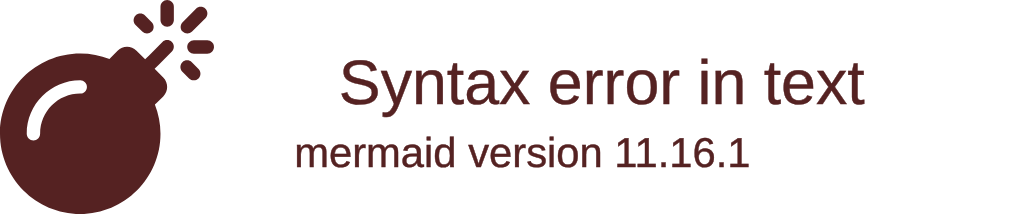
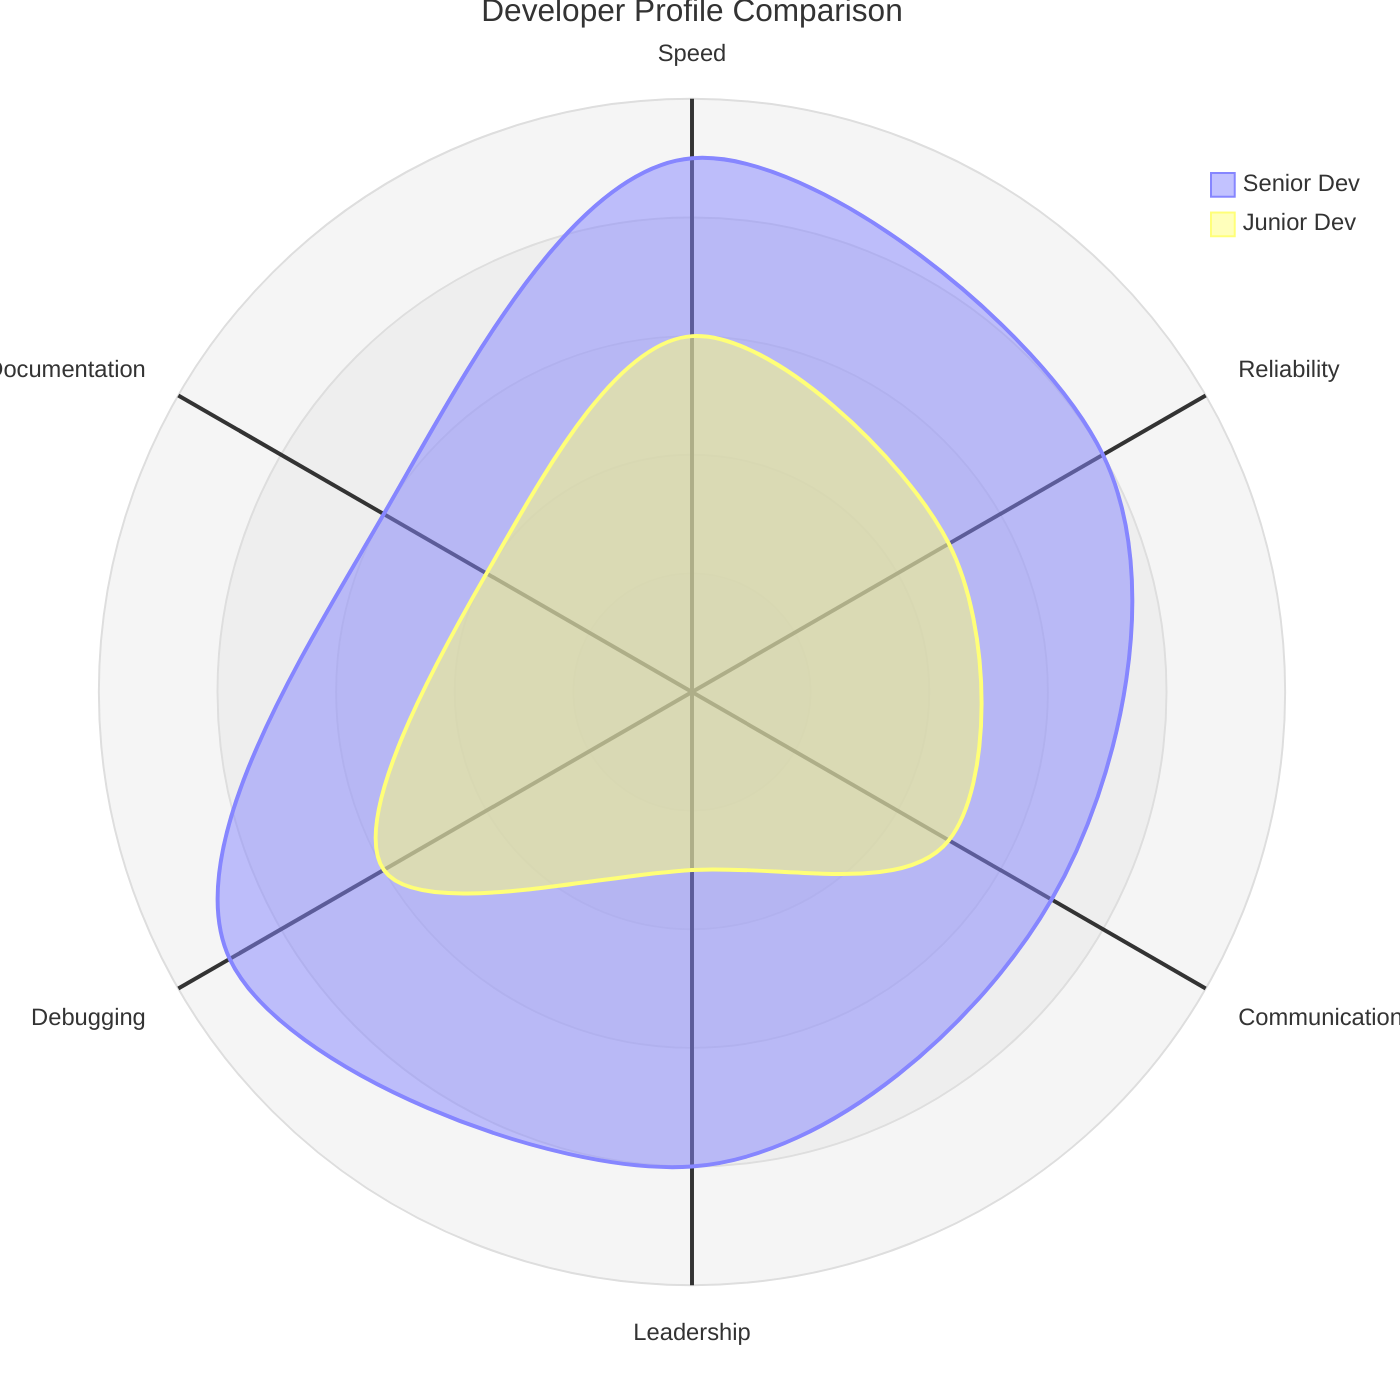
radar-beta
title Developer Profile Comparison
axis sp["Speed"], rl["Reliability"], cm["Communication"], lp["Leadership"], dg["Debugging"], dc["Documentation"]
- curve "Senior Dev"{9, 8, 7, 8, 9, 6}
- curve "Junior Dev"{6, 5, 5, 3, 6, 4}
+ curve sd["Senior Dev"]{9, 8, 7, 8, 9, 6}
+ curve jd["Junior Dev"]{6, 5, 5, 3, 6, 4}
max 10
min 0
